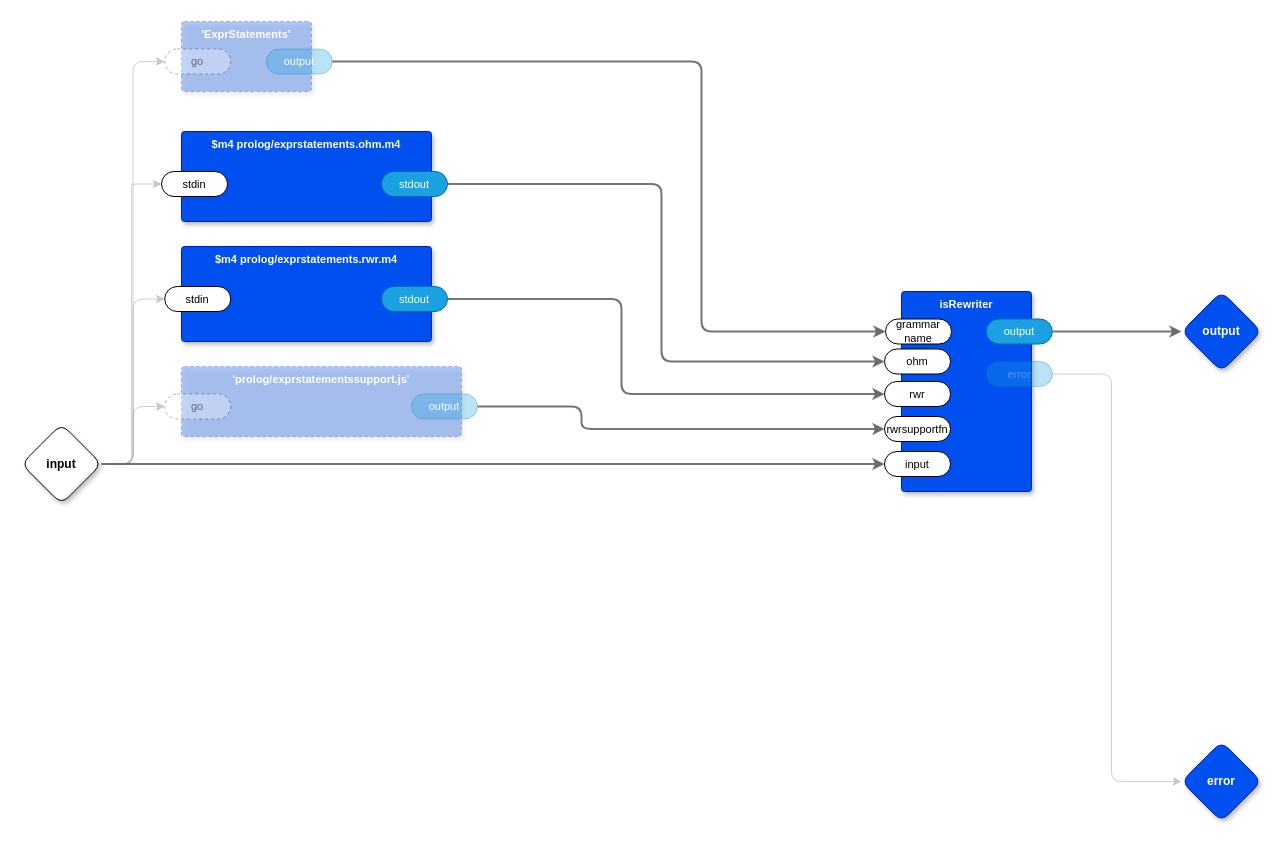
guitarvydas/transpiler keeps this draw.io diagram as page "Expression Statements" (11 of 26) of prolog/test.drawio. Above is the earlier version. Source tidied: cells renumbered, new cells numbered last; positions are measured from the earlier drawing's top-left corner, leaving out a move shared by most shapes. Both pictures are drawn from the tidied source at 100%, with x=0, y=0 at pixel (21, 21).
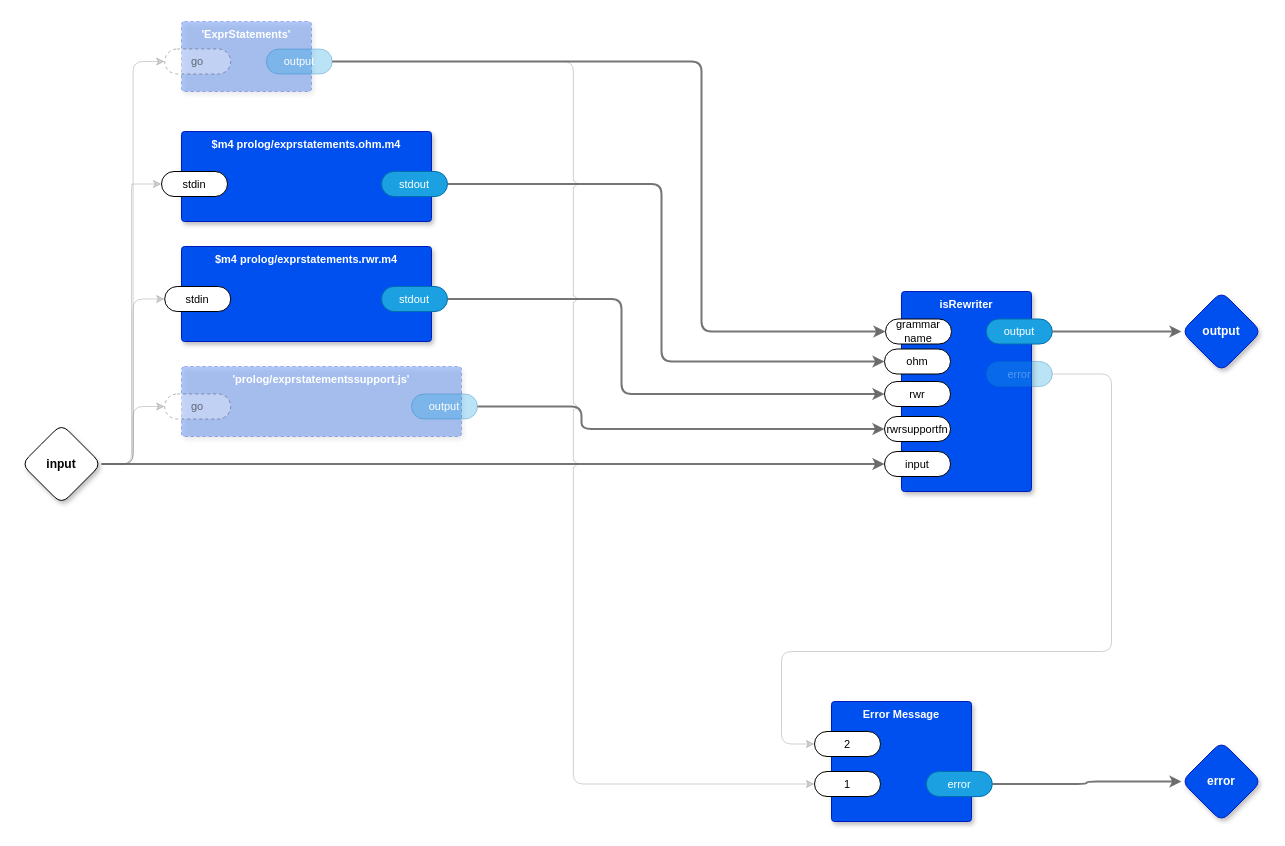
The same diagram, later.

Unchanged cells that the change refers to:
```xml
<mxCell id="12" value="error" style="rounded=1;whiteSpace=wrap;html=1;sketch=0;points=[[0,0.5,0,0,0],[1,0.5,0,0,0]];fillColor=#1ba1e2;fontColor=#ffffff;strokeColor=#006EAF;arcSize=50;fontFamily=Helvetica;fontSize=11;opacity=30;textOpacity=30;" parent="9" vertex="1">
  <mxGeometry x="84.8" y="70" width="66" height="25" as="geometry" />
</mxCell>
<mxCell id="17" value="error" style="rhombus;whiteSpace=wrap;html=1;rounded=1;fillColor=#0050ef;fontColor=#ffffff;strokeColor=#001DBC;fontStyle=1;glass=0;sketch=0;fontSize=12;points=[[0,0.5,0,0,0],[0.5,0,0,0,0],[0.5,1,0,0,0],[1,0.5,0,0,0]];shadow=1;fontFamily=Helvetica;" parent="1" vertex="1">
  <mxGeometry x="1160" y="720" width="80" height="80" as="geometry" />
</mxCell>
<mxCell id="21" value="output" style="rounded=1;whiteSpace=wrap;html=1;sketch=0;points=[[0,0.5,0,0,0],[1,0.5,0,0,0]];fillColor=#1ba1e2;fontColor=#ffffff;strokeColor=#006EAF;arcSize=50;fontFamily=Helvetica;fontSize=11;opacity=30;" parent="19" vertex="1">
  <mxGeometry x="84.8" y="27.5" width="66" height="25" as="geometry" />
</mxCell>
```

Change to the diagram source:
```diff
@@
-    <mxCell id="18" style="edgeStyle=orthogonalEdgeStyle;shape=connector;rounded=1;jumpStyle=arc;jettySize=auto;html=1;exitX=1;exitY=0.5;exitDx=0;exitDy=0;exitPerimeter=0;entryX=0;entryY=0.5;entryDx=0;entryDy=0;entryPerimeter=0;labelBackgroundColor=default;strokeColor=#666666;strokeWidth=1;fontFamily=Helvetica;fontSize=11;fontColor=default;endArrow=classic;fillColor=#f5f5f5;opacity=30;" parent="1" edge="1" source="12" target="17">
+    <mxCell id="18" style="edgeStyle=orthogonalEdgeStyle;shape=connector;rounded=1;jumpStyle=arc;jettySize=auto;html=1;exitX=1;exitY=0.5;exitDx=0;exitDy=0;exitPerimeter=0;entryX=0;entryY=0.5;entryDx=0;entryDy=0;entryPerimeter=0;labelBackgroundColor=default;strokeColor=#666666;strokeWidth=1;fontFamily=Helvetica;fontSize=11;fontColor=default;endArrow=classic;fillColor=#f5f5f5;opacity=30;" parent="1" edge="1" source="12" target="37">
       <mxGeometry relative="1" as="geometry">
         <Array as="points">
           <mxPoint x="1090" y="353" />
-          <mxPoint x="1090" y="760" />
+          <mxPoint x="1090" y="630" />
+          <mxPoint x="760" y="630" />
+          <mxPoint x="760" y="723" />
         </Array>
       </mxGeometry>
     </mxCell>
@@
+    <mxCell id="36" value="Error Message" style="rounded=1;whiteSpace=wrap;html=1;sketch=0;verticalAlign=top;arcSize=6;fontStyle=1;absoluteArcSize=1;shadow=1;strokeColor=#001DBC;fillColor=#0050ef;fontColor=#ffffff;fontFamily=Helvetica;fontSize=11;" parent="1" vertex="1">
+      <mxGeometry x="810" y="680" width="140" height="120" as="geometry" />
+    </mxCell>
+    <mxCell id="37" value="2" style="rounded=1;whiteSpace=wrap;html=1;sketch=0;points=[[0,0.5,0,0,0],[1,0.5,0,0,0]];arcSize=50;fontFamily=Helvetica;fontSize=11;fontColor=default;" parent="36" vertex="1">
+      <mxGeometry x="-17" y="30" width="66" height="25" as="geometry" />
+    </mxCell>
+    <mxCell id="38" value="1" style="rounded=1;whiteSpace=wrap;html=1;sketch=0;points=[[0,0.5,0,0,0],[1,0.5,0,0,0]];arcSize=50;fontFamily=Helvetica;fontSize=11;fontColor=default;" parent="36" vertex="1">
+      <mxGeometry x="-17" y="70" width="66" height="25" as="geometry" />
+    </mxCell>
+    <mxCell id="39" value="error" style="rounded=1;whiteSpace=wrap;html=1;sketch=0;points=[[0,0.5,0,0,0],[1,0.5,0,0,0]];fillColor=#1ba1e2;fontColor=#ffffff;strokeColor=#006EAF;arcSize=50;fontFamily=Helvetica;fontSize=11;" parent="36" vertex="1">
+      <mxGeometry x="94.8" y="70" width="66" height="25" as="geometry" />
+    </mxCell>
+    <mxCell id="40" style="edgeStyle=orthogonalEdgeStyle;shape=connector;rounded=1;jumpStyle=arc;jettySize=auto;html=1;exitX=1;exitY=0.5;exitDx=0;exitDy=0;exitPerimeter=0;labelBackgroundColor=default;strokeColor=#666666;strokeWidth=2;fontFamily=Helvetica;fontSize=11;fontColor=default;endArrow=classic;fillColor=#f5f5f5;opacity=90;" parent="1" edge="1" source="39" target="17">
+      <mxGeometry relative="1" as="geometry" />
+    </mxCell>
+    <mxCell id="41" style="edgeStyle=orthogonalEdgeStyle;shape=connector;rounded=1;jumpStyle=arc;jettySize=auto;html=1;exitX=1;exitY=0.5;exitDx=0;exitDy=0;exitPerimeter=0;entryX=0;entryY=0.5;entryDx=0;entryDy=0;entryPerimeter=0;labelBackgroundColor=default;strokeColor=#666666;strokeWidth=1;fontFamily=Helvetica;fontSize=11;fontColor=default;endArrow=classic;fillColor=#f5f5f5;opacity=30;" parent="1" edge="1" source="21" target="38">
+      <mxGeometry relative="1" as="geometry" />
+    </mxCell>
```
